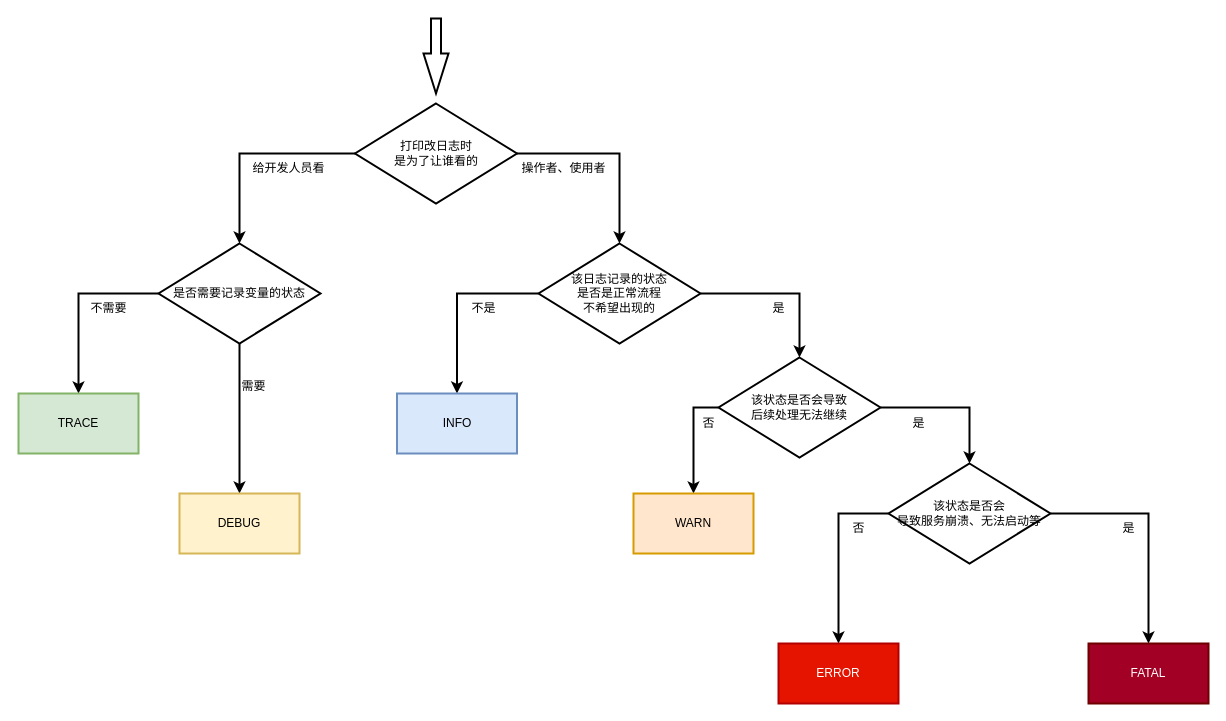
Earlier version of the draw.io diagram 日志级别.drawio (Rain-ziyu/img). Source tidied: cells renumbered, new cells numbered last; positions are measured from the earlier drawing's top-left corner, leaving out a move shared by most shapes. Both pictures are drawn from the tidied source at 100%, with x=0, y=0 at pixel (18, 18).
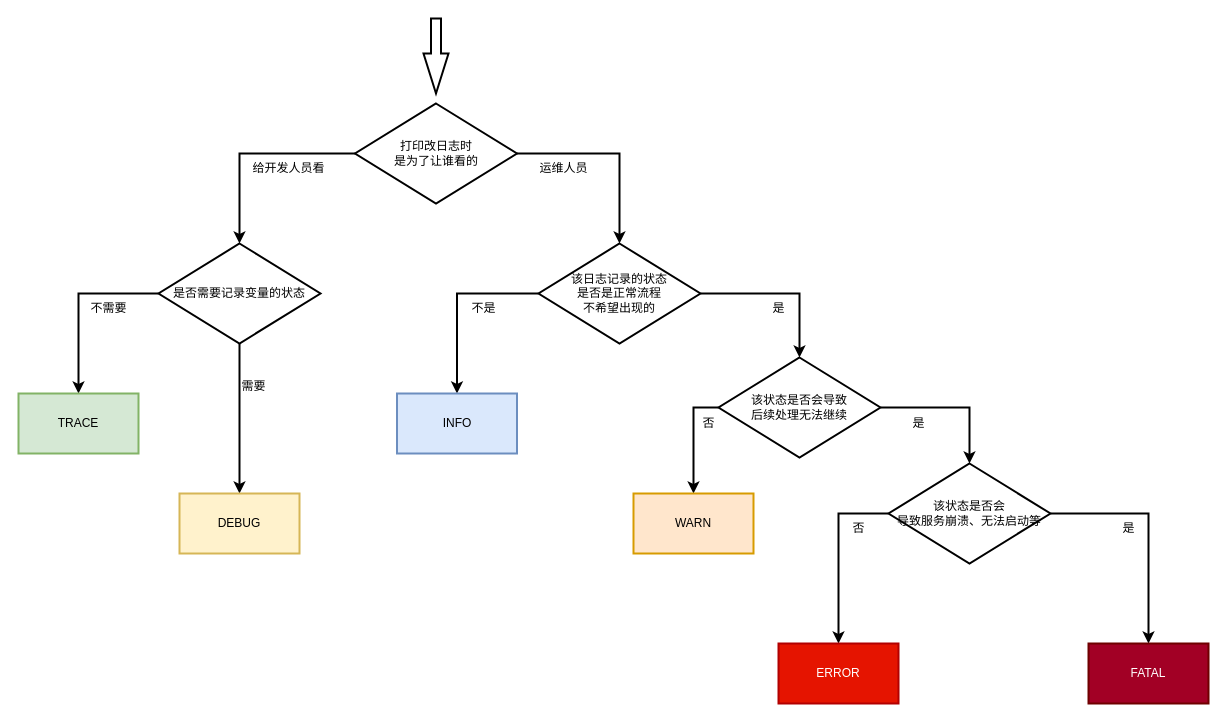
After the change.

Commit message:
更新日志级别.drawio

Change to the diagram source:
```diff
@@
-    <mxCell id="16" value="操作者、使用者" style="text;html=1;align=center;verticalAlign=middle;strokeColor=none;fillColor=none;strokeWidth=2;" parent="1" vertex="1">
-      <mxGeometry x="490" y="135" width="110" height="30" as="geometry" />
+    <mxCell id="16" value="运维人员" style="text;html=1;align=center;verticalAlign=middle;strokeColor=none;fillColor=none;strokeWidth=2;" parent="1" vertex="1">
+      <mxGeometry x="510" y="135" width="70" height="30" as="geometry" />
     </mxCell>
```
